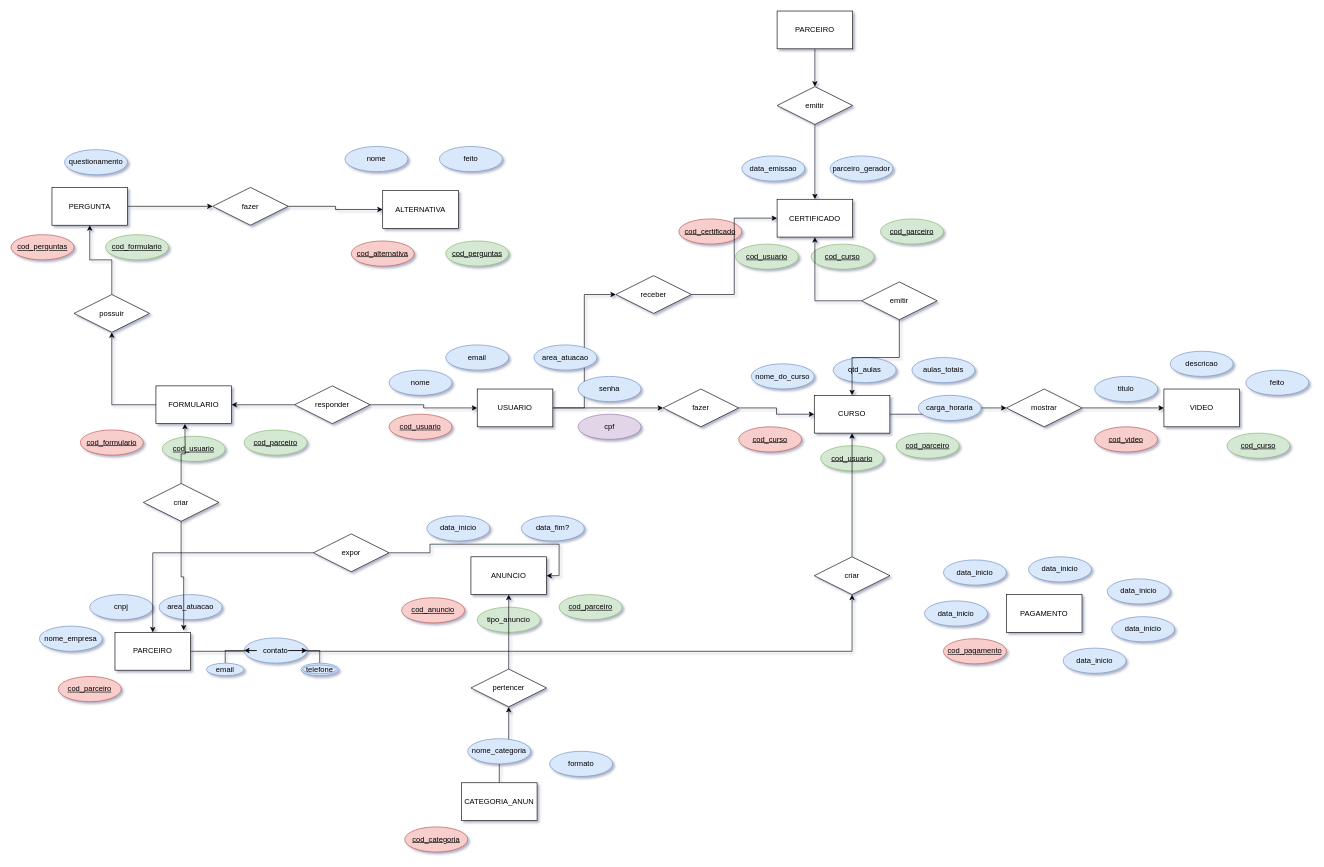
Before: ST.drawio in arthurmesquita2001/Banco_de_Dados, a draw.io diagram. Source tidied: cells renumbered, new cells numbered last; positions are measured from the earlier drawing's top-left corner, leaving out a move shared by most shapes. Both pictures are drawn from the tidied source at 63%, with x=0, y=0 at pixel (11, 11).
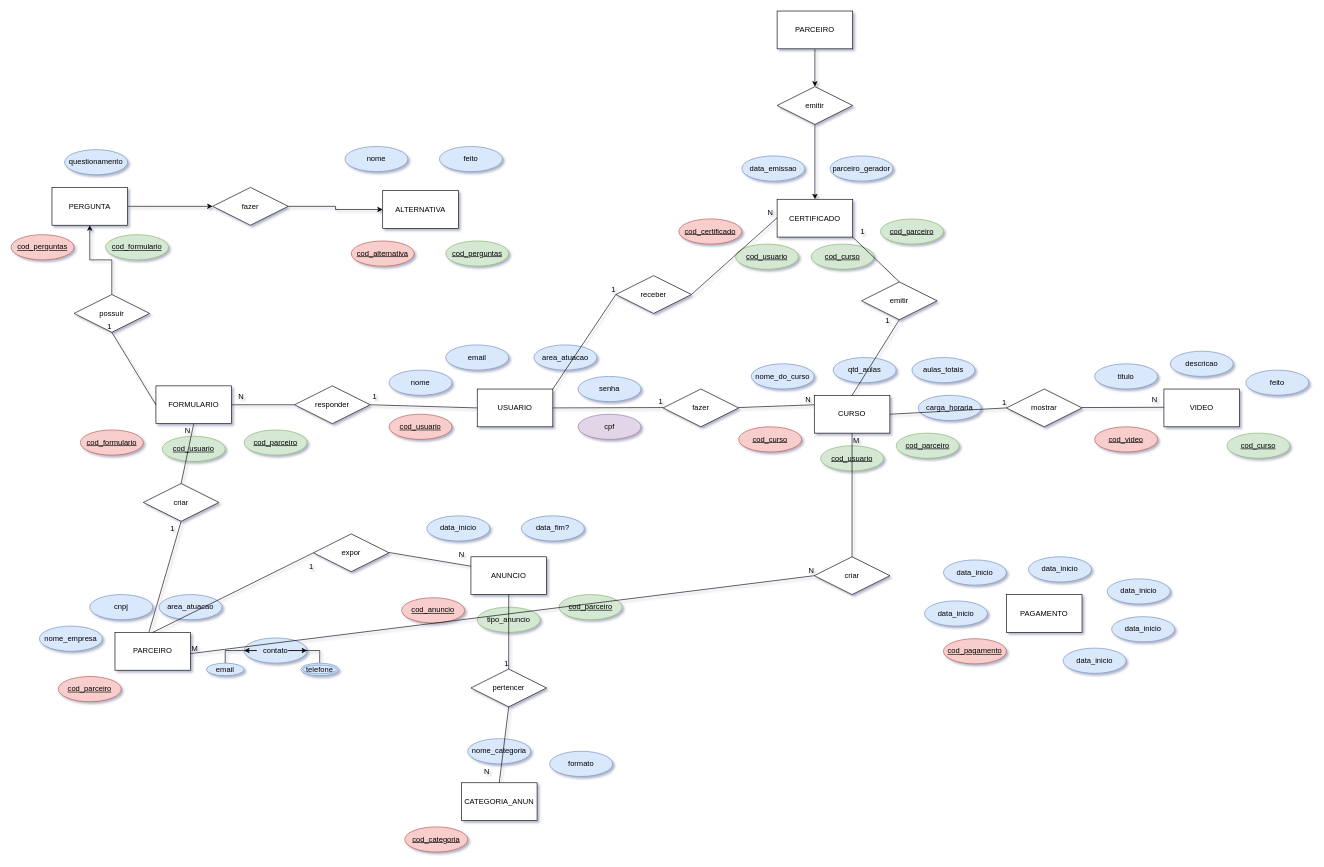
The same page after the edit.

Unchanged cells that the change refers to:
```xml
<mxCell id="4" value="USUARIO" style="rounded=0;whiteSpace=wrap;html=1;" parent="1" vertex="1">
  <mxGeometry x="740" y="600" width="120" height="60" as="geometry" />
</mxCell>
<mxCell id="9" value="CURSO" style="rounded=0;whiteSpace=wrap;html=1;" parent="1" vertex="1">
  <mxGeometry x="1275" y="610" width="120" height="60" as="geometry" />
</mxCell>
<mxCell id="14" value="VIDEO" style="rounded=0;whiteSpace=wrap;html=1;" parent="1" vertex="1">
  <mxGeometry x="1830" y="600" width="120" height="60" as="geometry" />
</mxCell>
<mxCell id="20" value="PARCEIRO" style="rounded=0;whiteSpace=wrap;html=1;" parent="1" vertex="1">
  <mxGeometry x="165" y="986.3" width="120" height="60" as="geometry" />
</mxCell>
<mxCell id="23" value="ANUNCIO" style="rounded=0;whiteSpace=wrap;html=1;" parent="1" vertex="1">
  <mxGeometry x="730" y="866.3" width="120" height="60" as="geometry" />
</mxCell>
<mxCell id="49" value="FORMULARIO" style="rounded=0;whiteSpace=wrap;html=1;" parent="1" vertex="1">
  <mxGeometry x="230" y="595" width="120" height="60" as="geometry" />
</mxCell>
<mxCell id="53" value="CATEGORIA_ANUN" style="rounded=0;whiteSpace=wrap;html=1;" parent="1" vertex="1">
  <mxGeometry x="715" y="1225" width="120" height="60" as="geometry" />
</mxCell>
<mxCell id="60" value="CERTIFICADO" style="rounded=0;whiteSpace=wrap;html=1;" parent="1" vertex="1">
  <mxGeometry x="1216" y="298.8" width="120" height="60" as="geometry" />
</mxCell>
<mxCell id="80" value="fazer" style="shape=rhombus;perimeter=rhombusPerimeter;whiteSpace=wrap;html=1;align=center;" parent="1" vertex="1">
  <mxGeometry x="1035" y="600" width="120" height="60" as="geometry" />
</mxCell>
<mxCell id="83" value="expor" style="shape=rhombus;perimeter=rhombusPerimeter;whiteSpace=wrap;html=1;align=center;" parent="1" vertex="1">
  <mxGeometry x="480" y="830" width="120" height="60" as="geometry" />
</mxCell>
<mxCell id="85" value="mostrar" style="shape=rhombus;perimeter=rhombusPerimeter;whiteSpace=wrap;html=1;align=center;" parent="1" vertex="1">
  <mxGeometry x="1580" y="600" width="120" height="60" as="geometry" />
</mxCell>
<mxCell id="89" value="possuir" style="shape=rhombus;perimeter=rhombusPerimeter;whiteSpace=wrap;html=1;align=center;" parent="1" vertex="1">
  <mxGeometry x="100" y="450" width="120" height="60" as="geometry" />
</mxCell>
<mxCell id="91" value="receber" style="shape=rhombus;perimeter=rhombusPerimeter;whiteSpace=wrap;html=1;align=center;" parent="1" vertex="1">
  <mxGeometry x="960" y="420" width="120" height="60" as="geometry" />
</mxCell>
<mxCell id="94" value="responder" style="shape=rhombus;perimeter=rhombusPerimeter;whiteSpace=wrap;html=1;align=center;" parent="1" vertex="1">
  <mxGeometry x="450" y="595" width="120" height="60" as="geometry" />
</mxCell>
<mxCell id="97" value="criar" style="shape=rhombus;perimeter=rhombusPerimeter;whiteSpace=wrap;html=1;align=center;" parent="1" vertex="1">
  <mxGeometry x="210" y="750" width="120" height="60" as="geometry" />
</mxCell>
<mxCell id="99" value="pertencer" style="shape=rhombus;perimeter=rhombusPerimeter;whiteSpace=wrap;html=1;align=center;" parent="1" vertex="1">
  <mxGeometry x="730" y="1044.5" width="120" height="60" as="geometry" />
</mxCell>
<mxCell id="101" value="criar" style="shape=rhombus;perimeter=rhombusPerimeter;whiteSpace=wrap;html=1;align=center;" parent="1" vertex="1">
  <mxGeometry x="1275" y="866.3" width="120" height="60" as="geometry" />
</mxCell>
```

Diff of the diagram source:
```diff
@@
-    <mxCell id="2" style="edgeStyle=orthogonalEdgeStyle;rounded=0;jettySize=auto;html=1;entryX=0;entryY=0.5;entryDx=0;entryDy=0;" parent="1" edge="1" source="4" target="91">
-      <mxGeometry relative="1" as="geometry" />
-    </mxCell>
-    <mxCell id="3" style="edgeStyle=orthogonalEdgeStyle;rounded=0;jettySize=auto;html=1;entryX=0;entryY=0.5;entryDx=0;entryDy=0;" parent="1" edge="1" source="4" target="80">
-      <mxGeometry relative="1" as="geometry" />
-    </mxCell>
@@
-    <mxCell id="8" style="edgeStyle=orthogonalEdgeStyle;rounded=0;jettySize=auto;html=1;entryX=0;entryY=0.5;entryDx=0;entryDy=0;" parent="1" edge="1" source="9" target="85">
-      <mxGeometry relative="1" as="geometry" />
-    </mxCell>
@@
     <mxCell id="16" value="titulo" style="ellipse;whiteSpace=wrap;html=1;align=center;fillColor=#dae8fc;strokeColor=#6c8ebf;" parent="1" vertex="1">
-      <mxGeometry x="1720" y="580" width="100" height="40" as="geometry" />
+      <mxGeometry x="1720" y="560" width="100" height="40" as="geometry" />
     </mxCell>
@@
-    <mxCell id="19" style="edgeStyle=orthogonalEdgeStyle;rounded=0;jettySize=auto;html=1;entryX=0.5;entryY=1;entryDx=0;entryDy=0;" parent="1" edge="1" source="20" target="101">
-      <mxGeometry relative="1" as="geometry" />
-    </mxCell>
@@
-    <mxCell id="48" style="edgeStyle=orthogonalEdgeStyle;rounded=0;jettySize=auto;html=1;entryX=0.5;entryY=1;entryDx=0;entryDy=0;" parent="1" edge="1" source="49" target="89">
-      <mxGeometry relative="1" as="geometry" />
-    </mxCell>
@@
-    <mxCell id="52" style="edgeStyle=orthogonalEdgeStyle;rounded=0;jettySize=auto;html=1;entryX=0.5;entryY=1;entryDx=0;entryDy=0;" parent="1" edge="1" source="53" target="99">
-      <mxGeometry relative="1" as="geometry" />
-    </mxCell>
@@
-    <mxCell id="79" style="edgeStyle=orthogonalEdgeStyle;rounded=0;jettySize=auto;html=1;entryX=0;entryY=0.5;entryDx=0;entryDy=0;" parent="1" edge="1" source="80" target="9">
-      <mxGeometry relative="1" as="geometry" />
-    </mxCell>
@@
-    <mxCell id="81" style="edgeStyle=orthogonalEdgeStyle;rounded=0;jettySize=auto;html=1;entryX=1;entryY=0.5;entryDx=0;entryDy=0;" parent="1" edge="1" source="83" target="23">
-      <mxGeometry relative="1" as="geometry" />
-    </mxCell>
-    <mxCell id="82" style="edgeStyle=orthogonalEdgeStyle;rounded=0;jettySize=auto;html=1;" parent="1" edge="1" source="83" target="20">
-      <mxGeometry relative="1" as="geometry" />
-    </mxCell>
@@
-    <mxCell id="84" style="edgeStyle=orthogonalEdgeStyle;rounded=0;jettySize=auto;html=1;entryX=0;entryY=0.5;entryDx=0;entryDy=0;" parent="1" edge="1" source="85" target="14">
-      <mxGeometry relative="1" as="geometry" />
-    </mxCell>
@@
-    <mxCell id="90" style="edgeStyle=orthogonalEdgeStyle;rounded=0;jettySize=auto;html=1;entryX=0;entryY=0.5;entryDx=0;entryDy=0;" parent="1" edge="1" source="91" target="60">
-      <mxGeometry relative="1" as="geometry" />
-    </mxCell>
@@
-    <mxCell id="92" style="edgeStyle=orthogonalEdgeStyle;rounded=0;jettySize=auto;html=1;" parent="1" edge="1" source="94" target="4">
-      <mxGeometry relative="1" as="geometry" />
-    </mxCell>
-    <mxCell id="93" style="edgeStyle=orthogonalEdgeStyle;rounded=0;jettySize=auto;html=1;entryX=1;entryY=0.5;entryDx=0;entryDy=0;" parent="1" edge="1" source="94" target="49">
-      <mxGeometry relative="1" as="geometry" />
-    </mxCell>
@@
-    <mxCell id="95" style="edgeStyle=orthogonalEdgeStyle;rounded=0;jettySize=auto;html=1;" parent="1" edge="1" source="97">
-      <mxGeometry relative="1" as="geometry">
-        <mxPoint x="276" y="655" as="targetPoint" />
-      </mxGeometry>
-    </mxCell>
-    <mxCell id="96" style="edgeStyle=orthogonalEdgeStyle;rounded=0;jettySize=auto;html=1;entryX=0.909;entryY=-0.051;entryDx=0;entryDy=0;entryPerimeter=0;" parent="1" edge="1" source="97" target="20">
-      <mxGeometry relative="1" as="geometry" />
-    </mxCell>
@@
-    <mxCell id="98" style="edgeStyle=orthogonalEdgeStyle;rounded=0;jettySize=auto;html=1;entryX=0.5;entryY=1;entryDx=0;entryDy=0;" parent="1" edge="1" source="99" target="23">
-      <mxGeometry relative="1" as="geometry" />
-    </mxCell>
@@
-    <mxCell id="100" style="edgeStyle=orthogonalEdgeStyle;rounded=0;jettySize=auto;html=1;entryX=0.5;entryY=1;entryDx=0;entryDy=0;" parent="1" edge="1" source="101" target="9">
-      <mxGeometry relative="1" as="geometry" />
-    </mxCell>
@@
-    <mxCell id="106" style="edgeStyle=orthogonalEdgeStyle;rounded=0;jettySize=auto;html=1;entryX=0.5;entryY=0;entryDx=0;entryDy=0;" parent="1" edge="1" source="108" target="9">
-      <mxGeometry relative="1" as="geometry" />
-    </mxCell>
+    <mxCell id="108" value="emitir" style="shape=rhombus;perimeter=rhombusPerimeter;whiteSpace=wrap;html=1;align=center;" parent="1" vertex="1">
+      <mxGeometry x="1350" y="430" width="120" height="60" as="geometry" />
+    </mxCell>
+    <mxCell id="109" style="endArrow=none;html=1;rounded=0;exitX=1;exitY=0.5;exitDx=0;exitDy=0;" parent="1" edge="1" source="4">
+      <mxGeometry relative="1" as="geometry">
+        <mxPoint x="1035" y="629.4" as="targetPoint" />
+      </mxGeometry>
+    </mxCell>
+    <mxCell id="110" value="1" style="html=1;align=right;verticalAlign=bottom;" parent="109" vertex="1">
+      <mxGeometry x="1" relative="1" as="geometry" />
+    </mxCell>
+    <mxCell id="111" style="endArrow=none;html=1;rounded=0;entryX=0;entryY=0.25;entryDx=0;entryDy=0;" parent="1" edge="1" target="9">
+      <mxGeometry relative="1" as="geometry">
+        <mxPoint x="1155" y="629.4" as="sourcePoint" />
+      </mxGeometry>
+    </mxCell>
+    <mxCell id="112" value="N" style="html=1;align=right;verticalAlign=bottom;" parent="111" vertex="1">
+      <mxGeometry x="1" relative="1" as="geometry">
+        <mxPoint x="-5" as="offset" />
+      </mxGeometry>
+    </mxCell>
+    <mxCell id="2" style="endArrow=none;html=1;rounded=0;exitX=1;exitY=0;exitDx=0;exitDy=0;entryX=0;entryY=0.5;entryDx=0;entryDy=0;" parent="1" edge="1" source="4" target="91">
+      <mxGeometry relative="1" as="geometry" />
+    </mxCell>
+    <mxCell id="113" value="1" style="html=1;align=right;verticalAlign=bottom;" parent="2" vertex="1">
+      <mxGeometry x="1" relative="1" as="geometry" />
+    </mxCell>
+    <mxCell id="114" style="endArrow=none;html=1;rounded=0;exitX=1;exitY=0.5;exitDx=0;exitDy=0;" parent="1" edge="1" source="91">
+      <mxGeometry relative="1" as="geometry">
+        <mxPoint x="1216" y="328.2" as="targetPoint" />
+      </mxGeometry>
+    </mxCell>
+    <mxCell id="115" value="N" style="html=1;align=right;verticalAlign=bottom;" parent="114" vertex="1">
+      <mxGeometry x="1" relative="1" as="geometry">
+        <mxPoint x="-6" as="offset" />
+      </mxGeometry>
+    </mxCell>
+    <mxCell id="116" style="endArrow=none;html=1;rounded=0;exitX=0.5;exitY=0;exitDx=0;exitDy=0;entryX=0.5;entryY=1;entryDx=0;entryDy=0;" parent="1" edge="1" source="9" target="108">
+      <mxGeometry relative="1" as="geometry" />
+    </mxCell>
+    <mxCell id="117" value="1" style="html=1;align=right;verticalAlign=bottom;" parent="116" vertex="1">
+      <mxGeometry x="1" relative="1" as="geometry">
+        <mxPoint x="-15" y="10" as="offset" />
+      </mxGeometry>
+    </mxCell>
-    <mxCell id="107" style="edgeStyle=orthogonalEdgeStyle;rounded=0;jettySize=auto;html=1;" parent="1" edge="1" source="108" target="60">
+    <mxCell id="107" style="endArrow=none;html=1;rounded=0;exitX=0.5;exitY=0;exitDx=0;exitDy=0;entryX=1;entryY=1;entryDx=0;entryDy=0;" parent="1" edge="1" source="108" target="60">
       <mxGeometry relative="1" as="geometry" />
     </mxCell>
-    <mxCell id="108" value="emitir" style="shape=rhombus;perimeter=rhombusPerimeter;whiteSpace=wrap;html=1;align=center;" parent="1" vertex="1">
-      <mxGeometry x="1350" y="430" width="120" height="60" as="geometry" />
-    </mxCell>
+    <mxCell id="118" value="1" style="html=1;align=right;verticalAlign=bottom;" parent="107" vertex="1">
+      <mxGeometry x="1" relative="1" as="geometry">
+        <mxPoint x="19" as="offset" />
+      </mxGeometry>
+    </mxCell>
+    <mxCell id="8" style="endArrow=none;html=1;rounded=0;entryX=0;entryY=0.5;entryDx=0;entryDy=0;exitX=1;exitY=0.5;exitDx=0;exitDy=0;" parent="1" edge="1" source="9" target="85">
+      <mxGeometry relative="1" as="geometry" />
+    </mxCell>
+    <mxCell id="119" value="1" style="html=1;align=right;verticalAlign=bottom;" parent="8" vertex="1">
+      <mxGeometry x="1" relative="1" as="geometry" />
+    </mxCell>
+    <mxCell id="120" style="endArrow=none;html=1;rounded=0;" parent="1" edge="1">
+      <mxGeometry relative="1" as="geometry">
+        <mxPoint x="1700" y="629.4" as="sourcePoint" />
+        <mxPoint x="1830" y="629" as="targetPoint" />
+      </mxGeometry>
+    </mxCell>
+    <mxCell id="121" value="N" style="html=1;align=right;verticalAlign=bottom;" parent="120" vertex="1">
+      <mxGeometry x="1" relative="1" as="geometry">
+        <mxPoint x="-10" y="-4" as="offset" />
+      </mxGeometry>
+    </mxCell>
+    <mxCell id="122" style="endArrow=none;html=1;rounded=0;exitX=0;exitY=0.5;exitDx=0;exitDy=0;entryX=1;entryY=0.5;entryDx=0;entryDy=0;" parent="1" edge="1" source="4" target="94">
+      <mxGeometry relative="1" as="geometry" />
+    </mxCell>
+    <mxCell id="123" value="1" style="html=1;align=right;verticalAlign=bottom;" parent="122" vertex="1">
+      <mxGeometry x="1" relative="1" as="geometry">
+        <mxPoint x="11" y="-5" as="offset" />
+      </mxGeometry>
+    </mxCell>
+    <mxCell id="93" style="endArrow=none;html=1;rounded=0;exitX=0;exitY=0.5;exitDx=0;exitDy=0;entryX=1;entryY=0.5;entryDx=0;entryDy=0;" parent="1" edge="1" source="94" target="49">
+      <mxGeometry relative="1" as="geometry" />
+    </mxCell>
+    <mxCell id="124" value="N" style="html=1;align=right;verticalAlign=bottom;" parent="93" vertex="1">
+      <mxGeometry x="1" relative="1" as="geometry">
+        <mxPoint x="20" y="-5" as="offset" />
+      </mxGeometry>
+    </mxCell>
+    <mxCell id="125" style="endArrow=none;html=1;rounded=0;entryX=0;entryY=0.5;entryDx=0;entryDy=0;" parent="1" edge="1" target="101">
+      <mxGeometry relative="1" as="geometry">
+        <mxPoint x="285" y="1020" as="sourcePoint" />
+      </mxGeometry>
+    </mxCell>
+    <mxCell id="126" value="M" style="html=1;align=left;verticalAlign=bottom;" parent="125" vertex="1">
+      <mxGeometry x="-1" relative="1" as="geometry" />
+    </mxCell>
+    <mxCell id="127" value="N" style="html=1;align=right;verticalAlign=bottom;" parent="125" vertex="1">
+      <mxGeometry x="1" relative="1" as="geometry" />
+    </mxCell>
+    <mxCell id="128" style="endArrow=none;html=1;rounded=0;exitX=0.5;exitY=1;exitDx=0;exitDy=0;entryX=0.5;entryY=0;entryDx=0;entryDy=0;" parent="1" edge="1" source="9" target="101">
+      <mxGeometry relative="1" as="geometry" />
+    </mxCell>
+    <mxCell id="129" value="M" style="html=1;align=left;verticalAlign=bottom;" parent="128" vertex="1">
+      <mxGeometry x="-1" relative="1" as="geometry">
+        <mxPoint y="20" as="offset" />
+      </mxGeometry>
+    </mxCell>
+    <mxCell id="130" style="endArrow=none;html=1;rounded=0;exitX=0.5;exitY=0;exitDx=0;exitDy=0;entryX=0;entryY=0.5;entryDx=0;entryDy=0;" parent="1" edge="1" source="20" target="83">
+      <mxGeometry relative="1" as="geometry" />
+    </mxCell>
+    <mxCell id="131" value="1" style="html=1;align=right;verticalAlign=bottom;" parent="130" vertex="1">
+      <mxGeometry x="1" relative="1" as="geometry">
+        <mxPoint y="30" as="offset" />
+      </mxGeometry>
+    </mxCell>
+    <mxCell id="132" style="endArrow=none;html=1;rounded=0;entryX=0;entryY=0.25;entryDx=0;entryDy=0;" parent="1" edge="1" target="23">
+      <mxGeometry relative="1" as="geometry">
+        <mxPoint x="600" y="859.5" as="sourcePoint" />
+      </mxGeometry>
+    </mxCell>
+    <mxCell id="133" value="N" style="html=1;align=right;verticalAlign=bottom;" parent="132" vertex="1">
+      <mxGeometry x="1" relative="1" as="geometry">
+        <mxPoint x="-10" y="-10" as="offset" />
+      </mxGeometry>
+    </mxCell>
+    <mxCell id="134" style="endArrow=none;html=1;rounded=0;exitX=0.45;exitY=-0.011;exitDx=0;exitDy=0;exitPerimeter=0;entryX=0.5;entryY=1;entryDx=0;entryDy=0;" parent="1" edge="1" source="20" target="97">
+      <mxGeometry relative="1" as="geometry" />
+    </mxCell>
+    <mxCell id="135" value="1" style="html=1;align=right;verticalAlign=bottom;" parent="134" vertex="1">
+      <mxGeometry x="1" relative="1" as="geometry">
+        <mxPoint x="-10" y="20" as="offset" />
+      </mxGeometry>
+    </mxCell>
+    <mxCell id="136" style="endArrow=none;html=1;rounded=0;exitX=0.5;exitY=0;exitDx=0;exitDy=0;entryX=0.5;entryY=1;entryDx=0;entryDy=0;" parent="1" edge="1" source="97" target="49">
+      <mxGeometry relative="1" as="geometry" />
+    </mxCell>
+    <mxCell id="137" value="N" style="html=1;align=right;verticalAlign=bottom;" parent="136" vertex="1">
+      <mxGeometry x="1" relative="1" as="geometry">
+        <mxPoint x="-5" y="20" as="offset" />
+      </mxGeometry>
+    </mxCell>
+    <mxCell id="138" style="endArrow=none;html=1;rounded=0;exitX=0.5;exitY=1;exitDx=0;exitDy=0;entryX=0.5;entryY=0;entryDx=0;entryDy=0;" parent="1" edge="1" source="23" target="99">
+      <mxGeometry relative="1" as="geometry" />
+    </mxCell>
+    <mxCell id="139" value="1" style="html=1;align=right;verticalAlign=bottom;" parent="138" vertex="1">
+      <mxGeometry x="1" relative="1" as="geometry" />
+    </mxCell>
+    <mxCell id="140" style="endArrow=none;html=1;rounded=0;exitX=0.5;exitY=1;exitDx=0;exitDy=0;entryX=0.5;entryY=0;entryDx=0;entryDy=0;" parent="1" edge="1" source="99" target="53">
+      <mxGeometry relative="1" as="geometry" />
+    </mxCell>
+    <mxCell id="141" value="N" style="html=1;align=right;verticalAlign=bottom;" parent="140" vertex="1">
+      <mxGeometry x="1" relative="1" as="geometry">
+        <mxPoint x="-15" y="-10" as="offset" />
+      </mxGeometry>
+    </mxCell>
+    <mxCell id="48" style="endArrow=none;html=1;rounded=0;exitX=0;exitY=0.5;exitDx=0;exitDy=0;entryX=0.5;entryY=1;entryDx=0;entryDy=0;" parent="1" edge="1" source="49" target="89">
+      <mxGeometry relative="1" as="geometry" />
+    </mxCell>
+    <mxCell id="142" value="1" style="html=1;align=right;verticalAlign=bottom;" parent="48" vertex="1">
+      <mxGeometry x="1" relative="1" as="geometry" />
+    </mxCell>
```
